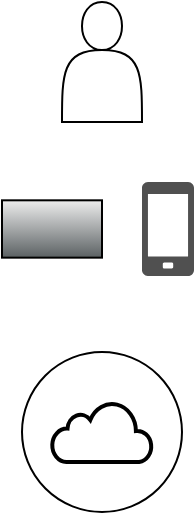
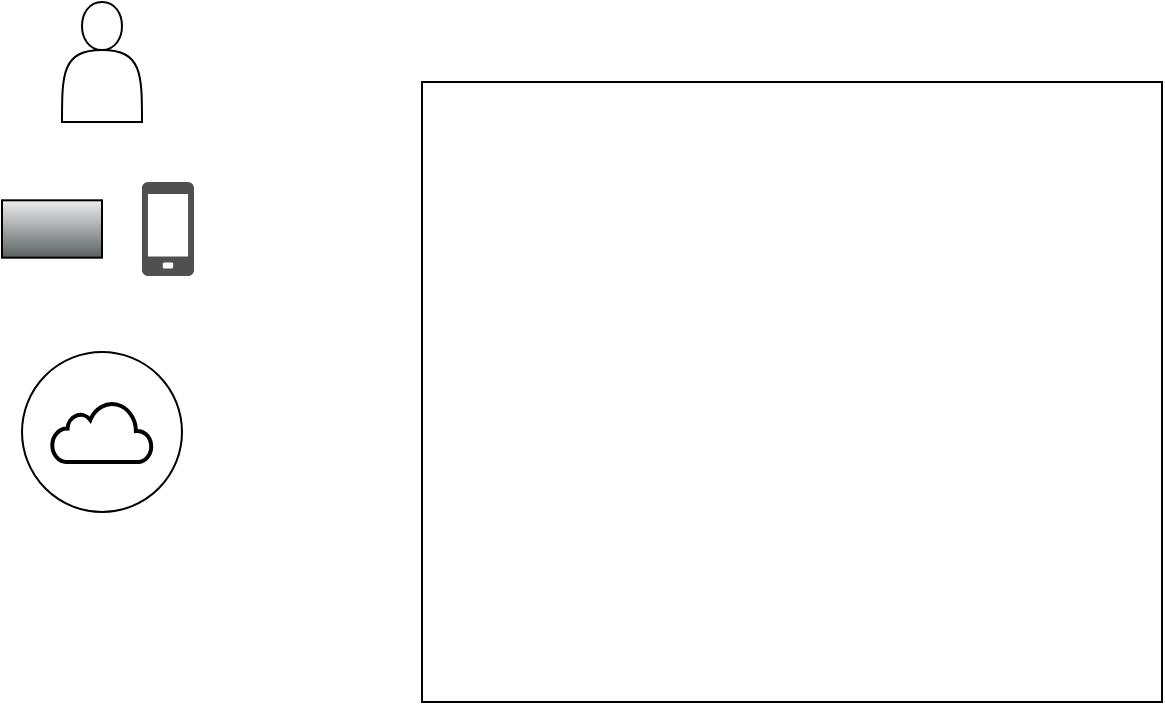
<mxfile host="app.diagrams.net">
  <diagram name="Page-1" id="gB__3KrHpZ1m8fh1elBC">
-     <mxGraphModel dx="1006" dy="743" grid="1" gridSize="10" guides="1" tooltips="1" connect="1" arrows="1" fold="1" page="1" pageScale="1" pageWidth="1600" pageHeight="1715" math="0" shadow="0">
+     <mxGraphModel dx="694" dy="512" grid="1" gridSize="10" guides="1" tooltips="1" connect="1" arrows="1" fold="1" page="1" pageScale="1" pageWidth="1600" pageHeight="1715" math="0" shadow="0">
      <root>
        <mxCell id="0" />
        <mxCell id="1" parent="0" />
        <mxCell id="CLKchlIlr3O2AfPH6tK7-6" parent="1" style="ellipse;whiteSpace=wrap;html=1;aspect=fixed;" value="" vertex="1">
          <mxGeometry height="80" width="80" x="160" y="235" as="geometry" />
        </mxCell>
        <mxCell id="CLKchlIlr3O2AfPH6tK7-1" parent="1" style="shape=actor;whiteSpace=wrap;html=1;" value="" vertex="1">
          <mxGeometry height="60" width="40" x="180" y="60" as="geometry" />
        </mxCell>
        <mxCell id="CLKchlIlr3O2AfPH6tK7-2" parent="1" style="shape=mxgraph.networks2.icon;aspect=fixed;fillColor=#EDEDED;strokeColor=#000000;gradientColor=#5B6163;network2IconShadow=1;network2bgFillColor=none;labelPosition=center;verticalLabelPosition=bottom;align=center;verticalAlign=top;network2Icon=mxgraph.networks2.laptop;network2IconW=1;network2IconH=0.5734;" value="" vertex="1">
          <mxGeometry height="28.67" width="50" x="150" y="159.16" as="geometry" />
        </mxCell>
        <mxCell id="CLKchlIlr3O2AfPH6tK7-4" parent="1" style="sketch=0;pointerEvents=1;shadow=0;dashed=0;html=1;strokeColor=none;fillColor=#505050;labelPosition=center;verticalLabelPosition=bottom;verticalAlign=top;outlineConnect=0;align=center;shape=mxgraph.office.devices.cell_phone_generic;" value="" vertex="1">
          <mxGeometry height="47" width="26" x="220" y="150" as="geometry" />
        </mxCell>
        <mxCell id="CLKchlIlr3O2AfPH6tK7-5" parent="1" style="html=1;verticalLabelPosition=bottom;align=center;labelBackgroundColor=#ffffff;verticalAlign=top;strokeWidth=2;strokeColor=#000000;shadow=0;dashed=0;shape=mxgraph.ios7.icons.cloud;" value="" vertex="1">
          <mxGeometry height="30" width="50" x="175" y="260" as="geometry" />
        </mxCell>
+         <mxCell id="CLKchlIlr3O2AfPH6tK7-8" parent="1" style="rounded=0;whiteSpace=wrap;html=1;" value="" vertex="1">
+           <mxGeometry height="310" width="370" x="360" y="100" as="geometry" />
+         </mxCell>
      </root>
    </mxGraphModel>
  </diagram>
</mxfile>
